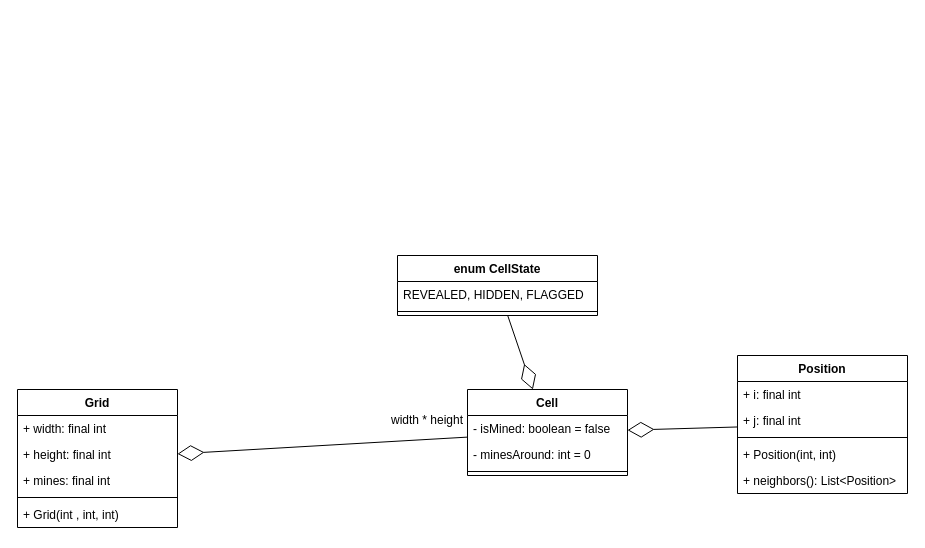
Earlier version of the draw.io diagram specification/model.drawio (mgmu/minesweeper). Source tidied: cells renumbered, new cells numbered last; positions are measured from the earlier drawing's top-left corner, leaving out a move shared by most shapes. Both pictures are drawn from the tidied source at 100%, with x=0, y=0 at pixel (17, 255).
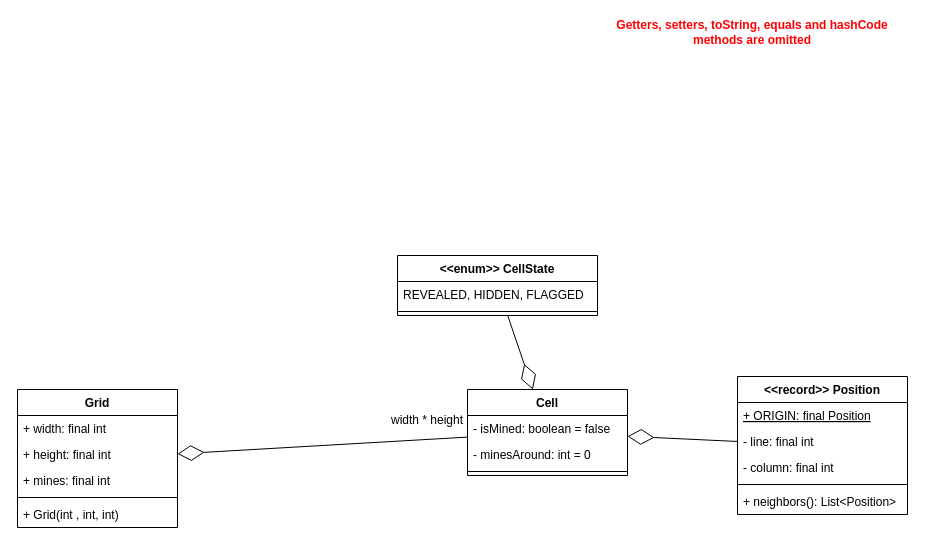
Above is the later version.

Commit message (it also covers changes not shown here):
Add Position class

The edit, as a diff of the source:
```diff
@@
-    <mxCell id="12" value="enum CellState" style="swimlane;fontStyle=1;align=center;verticalAlign=top;horizontal=1;startSize=26;" parent="1" vertex="1">
+    <mxCell id="12" value="&lt;&lt;enum&gt;&gt; CellState" style="swimlane;fontStyle=1;align=center;verticalAlign=top;horizontal=1;startSize=26;" parent="1" vertex="1">
       <mxGeometry x="380" width="200" height="60" as="geometry" />
     </mxCell>
@@
-    <mxCell id="18" value="Position" style="swimlane;fontStyle=1;align=center;verticalAlign=top;horizontal=1;startSize=26;" parent="1" vertex="1">
-      <mxGeometry x="720" y="100" width="170" height="138" as="geometry" />
+    <mxCell id="18" value="&lt;&lt;record&gt;&gt; Position" style="swimlane;fontStyle=1;align=center;verticalAlign=top;horizontal=1;startSize=26;" parent="1" vertex="1">
+      <mxGeometry x="720" y="121" width="170" height="138" as="geometry" />
     </mxCell>
+    <mxCell id="25" value="+ ORIGIN: final Position" style="text;strokeColor=none;fillColor=none;align=left;verticalAlign=top;spacingLeft=4;spacingRight=4;overflow=hidden;fontStyle=4;" parent="18" vertex="1">
+      <mxGeometry y="26" width="170" height="26" as="geometry" />
+    </mxCell>
-    <mxCell id="19" value="+ i: final int" style="text;strokeColor=none;fillColor=none;align=left;verticalAlign=top;spacingLeft=4;spacingRight=4;overflow=hidden;" parent="18" vertex="1">
-      <mxGeometry y="26" width="170" height="26" as="geometry" />
+    <mxCell id="19" value="- line: final int" style="text;strokeColor=none;fillColor=none;align=left;verticalAlign=top;spacingLeft=4;spacingRight=4;overflow=hidden;" parent="18" vertex="1">
+      <mxGeometry y="52" width="170" height="26" as="geometry" />
     </mxCell>
-    <mxCell id="20" value="+ j: final int" style="text;strokeColor=none;fillColor=none;align=left;verticalAlign=top;spacingLeft=4;spacingRight=4;overflow=hidden;" parent="18" vertex="1">
-      <mxGeometry y="52" width="170" height="26" as="geometry" />
+    <mxCell id="20" value="- column: final int" style="text;strokeColor=none;fillColor=none;align=left;verticalAlign=top;spacingLeft=4;spacingRight=4;overflow=hidden;" parent="18" vertex="1">
+      <mxGeometry y="78" width="170" height="26" as="geometry" />
     </mxCell>
     <mxCell id="21" style="line;strokeWidth=1;fillColor=none;align=left;verticalAlign=middle;spacingTop=-1;spacingLeft=3;spacingRight=3;labelPosition=right;strokeColor=inherit;" parent="18" vertex="1">
-      <mxGeometry y="78" width="170" height="8" as="geometry" />
+      <mxGeometry y="104" width="170" height="8" as="geometry" />
     </mxCell>
-    <mxCell id="22" value="+ Position(int, int)" style="text;strokeColor=none;fillColor=none;align=left;verticalAlign=top;spacingLeft=4;spacingRight=4;overflow=hidden;" parent="18" vertex="1">
-      <mxGeometry y="86" width="170" height="26" as="geometry" />
-    </mxCell>
@@
+    <mxCell id="26" value="&lt;b&gt;&lt;font color=&quot;#ff0000&quot;&gt;Getters, setters, toString, equals and hashCode methods are omitted&lt;/font&gt;&lt;/b&gt;" style="text;html=1;strokeColor=none;fillColor=none;align=center;verticalAlign=middle;whiteSpace=wrap;rounded=0;" parent="1" vertex="1">
+      <mxGeometry x="590" y="-238" width="290" height="30" as="geometry" />
+    </mxCell>
```
